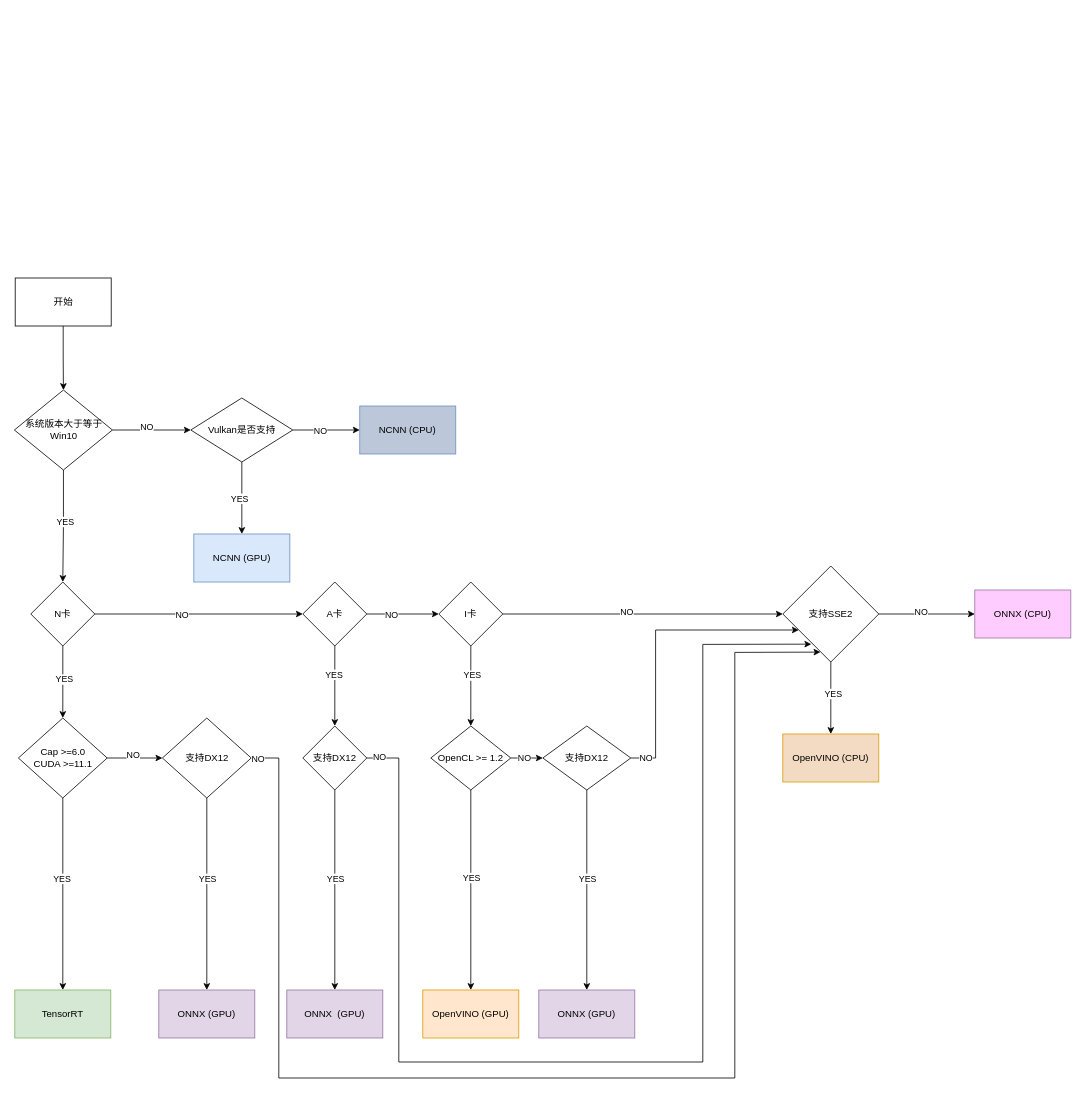
Earlier version of the draw.io diagram uml.drawio (macfanr/drawio). Source tidied: cells renumbered, new cells numbered last; positions are measured from the earlier drawing's top-left corner, leaving out a move shared by most shapes. Both pictures are drawn from the tidied source at 80%, with x=0, y=0 at pixel (14, 278).
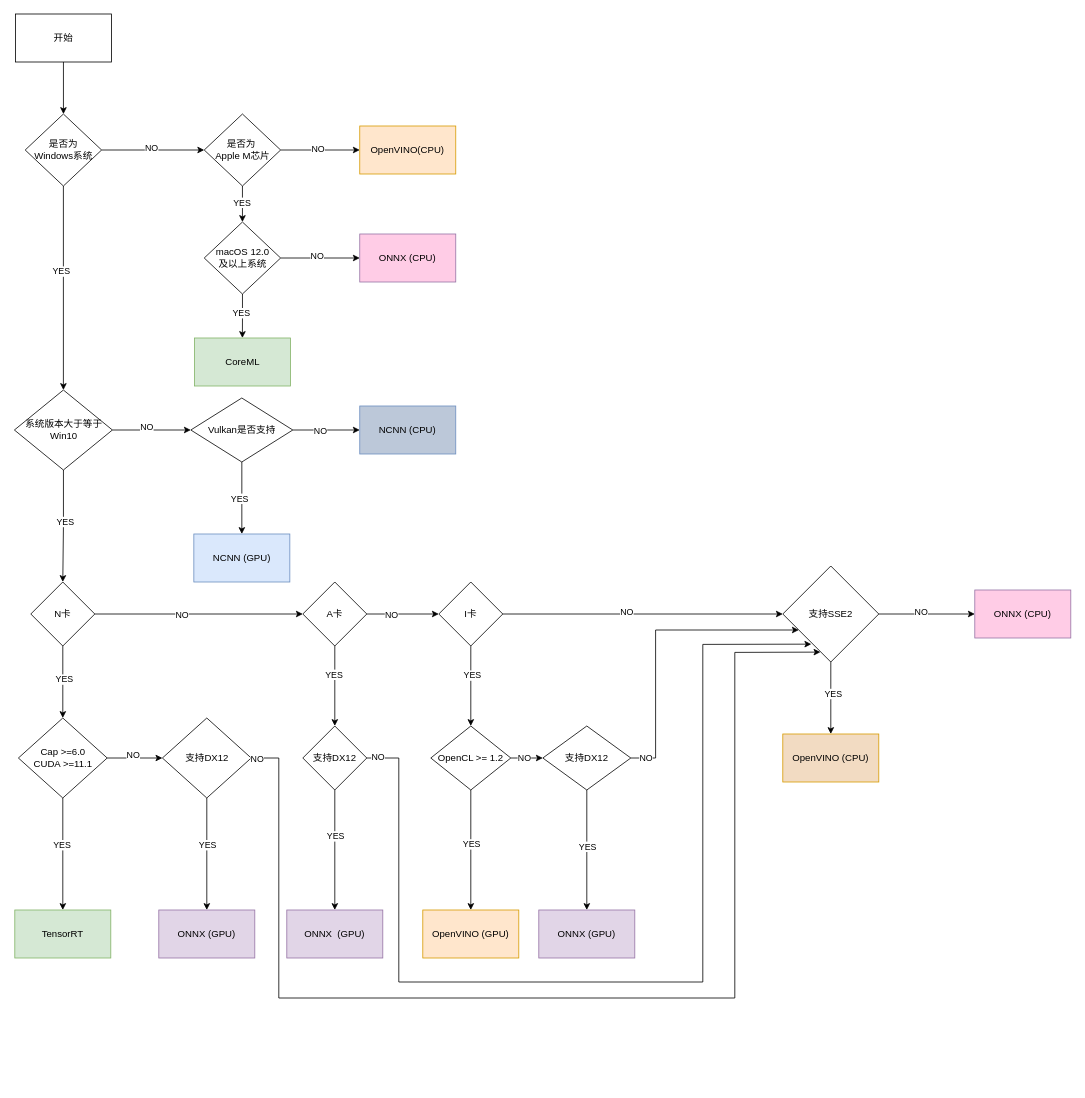
The same page after the edit.

Unchanged cells that the change refers to:
```xml
<mxCell id="8" value="系统版本大于等于Win10" style="rhombus;whiteSpace=wrap;html=1;" parent="1" vertex="1">
  <mxGeometry x="-0.5" y="140" width="122.5" height="100" as="geometry" />
</mxCell>
<mxCell id="28" value="支持SSE2" style="rhombus;whiteSpace=wrap;html=1;" parent="1" vertex="1">
  <mxGeometry x="960" y="360" width="120" height="120" as="geometry" />
</mxCell>
<mxCell id="38" value="支持DX12" style="rhombus;whiteSpace=wrap;html=1;" parent="1" vertex="1">
  <mxGeometry x="184.5" y="550" width="111" height="100" as="geometry" />
</mxCell>
<mxCell id="43" value="支持DX12" style="rhombus;whiteSpace=wrap;html=1;" parent="1" vertex="1">
  <mxGeometry x="360" y="560" width="80" height="80" as="geometry" />
</mxCell>
```

The edit, as a diff of the source:
```diff
@@
-    <mxCell id="2" style="edgeStyle=orthogonalEdgeStyle;rounded=0;jettySize=auto;html=1;" parent="1" edge="1" source="3" target="8">
-      <mxGeometry relative="1" as="geometry" />
-    </mxCell>
+    <mxCell id="69" style="edgeStyle=orthogonalEdgeStyle;rounded=0;jettySize=auto;html=1;" parent="1" edge="1" source="3" target="72">
+      <mxGeometry relative="1" as="geometry" />
+    </mxCell>
     <mxCell id="3" value="开始" style="rounded=0;whiteSpace=wrap;html=1;" parent="1" vertex="1">
-      <mxGeometry x="0.5" width="120" height="60" as="geometry" />
+      <mxGeometry x="0.8" y="-330" width="120" height="60" as="geometry" />
     </mxCell>
@@
-    <mxCell id="30" value="ONNX (CPU)" style="whiteSpace=wrap;html=1;fillColor=#FFCCFF;strokeColor=#9673a6;" parent="1" vertex="1">
+    <mxCell id="30" value="ONNX (CPU)" style="whiteSpace=wrap;html=1;fillColor=#FFCCE6;strokeColor=#9673a6;" parent="1" vertex="1">
       <mxGeometry x="1200" y="390" width="120" height="60" as="geometry" />
     </mxCell>
@@
     <mxCell id="39" value="TensorRT" style="whiteSpace=wrap;html=1;fillColor=#d5e8d4;strokeColor=#82b366;" parent="1" vertex="1">
-      <mxGeometry y="890" width="120" height="60" as="geometry" />
+      <mxGeometry y="790" width="120" height="60" as="geometry" />
     </mxCell>
     <mxCell id="40" value="ONNX (GPU)" style="whiteSpace=wrap;html=1;fillColor=#e1d5e7;strokeColor=#9673a6;" parent="1" vertex="1">
-      <mxGeometry x="180" y="890" width="120" height="60" as="geometry" />
+      <mxGeometry x="180" y="790" width="120" height="60" as="geometry" />
     </mxCell>
@@
     <mxCell id="44" value="ONNX&amp;nbsp; (GPU)" style="whiteSpace=wrap;html=1;fillColor=#e1d5e7;strokeColor=#9673a6;" parent="1" vertex="1">
-      <mxGeometry x="340" y="890" width="120" height="60" as="geometry" />
+      <mxGeometry x="340" y="790" width="120" height="60" as="geometry" />
     </mxCell>
@@
     <mxCell id="54" value="OpenVINO (GPU)" style="whiteSpace=wrap;html=1;fillColor=#ffe6cc;strokeColor=#d79b00;" parent="1" vertex="1">
-      <mxGeometry x="510" y="890" width="120" height="60" as="geometry" />
+      <mxGeometry x="510" y="790" width="120" height="60" as="geometry" />
     </mxCell>
     <mxCell id="55" value="ONNX (GPU)" style="whiteSpace=wrap;html=1;fillColor=#e1d5e7;strokeColor=#9673a6;" parent="1" vertex="1">
-      <mxGeometry x="655" y="890" width="120" height="60" as="geometry" />
+      <mxGeometry x="655" y="790" width="120" height="60" as="geometry" />
     </mxCell>
@@
     <mxCell id="58" style="endArrow=classic;html=1;rounded=0;exitX=1;exitY=0.5;exitDx=0;exitDy=0;entryX=0.297;entryY=0.814;entryDx=0;entryDy=0;entryPerimeter=0;" parent="1" edge="1" source="43" target="28">
       <mxGeometry relative="1" as="geometry">
         <Array as="points">
           <mxPoint x="480" y="600" />
-          <mxPoint x="480" y="980" />
-          <mxPoint x="860" y="980" />
+          <mxPoint x="480" y="880" />
+          <mxPoint x="860" y="880" />
           <mxPoint x="860" y="458" />
         </Array>
       </mxGeometry>
     </mxCell>
@@
     <mxCell id="67" style="endArrow=classic;html=1;rounded=0;exitX=1;exitY=0.5;exitDx=0;exitDy=0;entryX=0.392;entryY=0.897;entryDx=0;entryDy=0;entryPerimeter=0;" parent="1" edge="1" source="38" target="28">
       <mxGeometry relative="1" as="geometry">
         <Array as="points">
           <mxPoint x="330" y="600" />
-          <mxPoint x="330" y="1000" />
-          <mxPoint x="900" y="1000" />
+          <mxPoint x="330" y="900" />
+          <mxPoint x="900" y="900" />
           <mxPoint x="900" y="468" />
         </Array>
       </mxGeometry>
     </mxCell>
@@
+    <mxCell id="70" style="edgeStyle=orthogonalEdgeStyle;rounded=0;jettySize=auto;html=1;" parent="1" edge="1" source="72" target="77">
+      <mxGeometry relative="1" as="geometry" />
+    </mxCell>
+    <mxCell id="71" value="NO" style="edgeLabel;html=1;align=center;verticalAlign=middle;" parent="70" vertex="1">
+      <mxGeometry x="-0.03" y="3" relative="1" as="geometry" />
+    </mxCell>
+    <mxCell id="72" value="是否为&lt;div&gt;Windows系统&lt;/div&gt;" style="rhombus;whiteSpace=wrap;html=1;rounded=0;" parent="1" vertex="1">
+      <mxGeometry x="13" y="-205" width="95.5" height="90" as="geometry" />
+    </mxCell>
+    <mxCell id="73" style="edgeStyle=orthogonalEdgeStyle;rounded=0;jettySize=auto;html=1;" parent="1" edge="1" source="77" target="78">
+      <mxGeometry relative="1" as="geometry" />
+    </mxCell>
+    <mxCell id="74" value="NO" style="edgeLabel;html=1;align=center;verticalAlign=middle;" parent="73" vertex="1">
+      <mxGeometry x="-0.06" y="2" relative="1" as="geometry" />
+    </mxCell>
+    <mxCell id="75" style="edgeStyle=orthogonalEdgeStyle;rounded=0;jettySize=auto;html=1;" parent="1" edge="1" source="77" target="83">
+      <mxGeometry relative="1" as="geometry" />
+    </mxCell>
+    <mxCell id="76" value="YES" style="edgeLabel;html=1;align=center;verticalAlign=middle;" parent="75" vertex="1">
+      <mxGeometry x="-0.11" y="-1" relative="1" as="geometry" />
+    </mxCell>
+    <mxCell id="77" value="&lt;span&gt;是否为&amp;nbsp;&lt;/span&gt;&lt;div&gt;&lt;span&gt;Apple M芯片&lt;/span&gt;&lt;/div&gt;" style="rhombus;whiteSpace=wrap;html=1;rounded=0;fontStyle=0;" parent="1" vertex="1">
+      <mxGeometry x="236.8" y="-205" width="95.5" height="90" as="geometry" />
+    </mxCell>
+    <mxCell id="78" value="OpenVINO(CPU)" style="whiteSpace=wrap;html=1;rounded=0;fillColor=#ffe6cc;strokeColor=#d79b00;" parent="1" vertex="1">
+      <mxGeometry x="431.2" y="-190" width="120" height="60" as="geometry" />
+    </mxCell>
+    <mxCell id="79" style="edgeStyle=orthogonalEdgeStyle;rounded=0;jettySize=auto;html=1;" parent="1" edge="1" source="83" target="84">
+      <mxGeometry relative="1" as="geometry" />
+    </mxCell>
+    <mxCell id="80" value="NO" style="edgeLabel;html=1;align=center;verticalAlign=middle;" parent="79" vertex="1">
+      <mxGeometry x="-0.08" y="3" relative="1" as="geometry" />
+    </mxCell>
+    <mxCell id="81" style="edgeStyle=orthogonalEdgeStyle;rounded=0;jettySize=auto;html=1;" parent="1" edge="1" source="83" target="85">
+      <mxGeometry relative="1" as="geometry" />
+    </mxCell>
+    <mxCell id="82" value="YES" style="edgeLabel;html=1;align=center;verticalAlign=middle;" parent="81" vertex="1">
+      <mxGeometry x="-0.13" y="-2" relative="1" as="geometry" />
+    </mxCell>
+    <mxCell id="83" value="macOS 12.0&lt;div&gt;及以上系统&lt;/div&gt;" style="rhombus;whiteSpace=wrap;html=1;rounded=0;" parent="1" vertex="1">
+      <mxGeometry x="236.8" y="-70" width="95.5" height="90" as="geometry" />
+    </mxCell>
+    <mxCell id="84" value="ONNX (CPU)" style="whiteSpace=wrap;html=1;rounded=0;fillColor=#FFCCE6;strokeColor=#9673a6;" parent="1" vertex="1">
+      <mxGeometry x="431.2" y="-55" width="120" height="60" as="geometry" />
+    </mxCell>
+    <mxCell id="85" value="CoreML" style="whiteSpace=wrap;html=1;rounded=0;fillColor=#d5e8d4;strokeColor=#82b366;" parent="1" vertex="1">
+      <mxGeometry x="224.5" y="75" width="120" height="60" as="geometry" />
+    </mxCell>
+    <mxCell id="86" style="endArrow=classic;html=1;rounded=0;exitX=0.5;exitY=1;exitDx=0;exitDy=0;entryX=0.5;entryY=0;entryDx=0;entryDy=0;" parent="1" edge="1" source="72" target="8">
+      <mxGeometry relative="1" as="geometry" />
+    </mxCell>
+    <mxCell id="87" value="YES" style="edgeLabel;html=1;align=center;verticalAlign=middle;" parent="86" vertex="1">
+      <mxGeometry x="-0.17" y="-3" relative="1" as="geometry" />
+    </mxCell>
```
